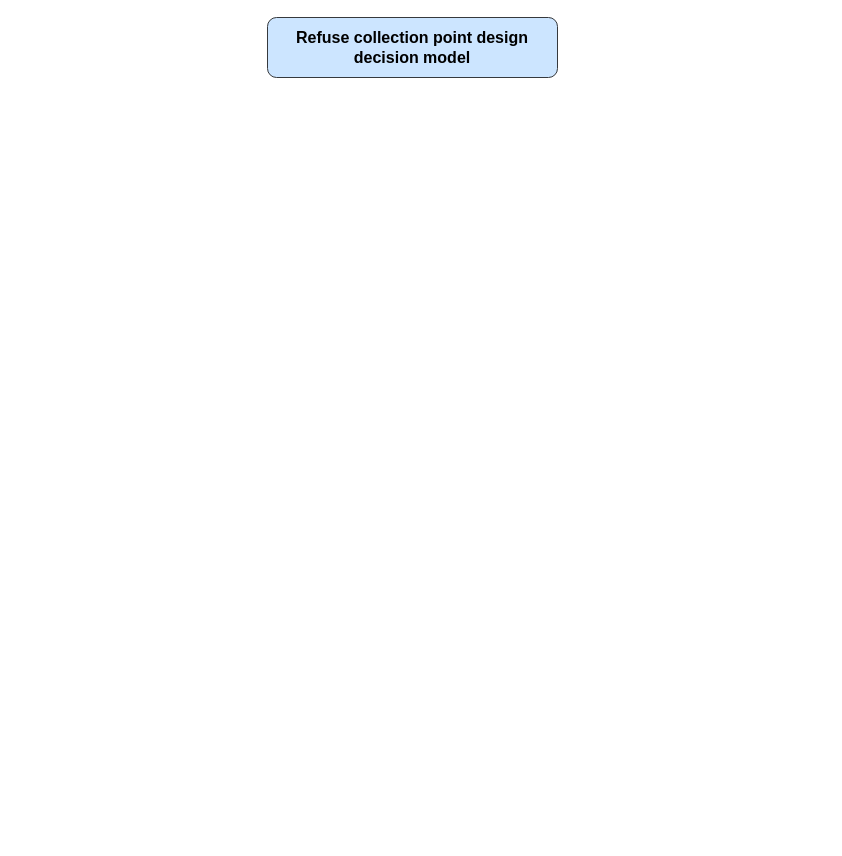
CrystalParaboy/cuhk-gis-bigdata keeps this draw.io diagram as GIS model.drawio. Above is the earlier version. Source tidied: cells renumbered, new cells numbered last; positions are measured from the earlier drawing's top-left corner, leaving out a move shared by most shapes. Both pictures are drawn from the tidied source at 100%, with x=0, y=0 at pixel (267, 17).
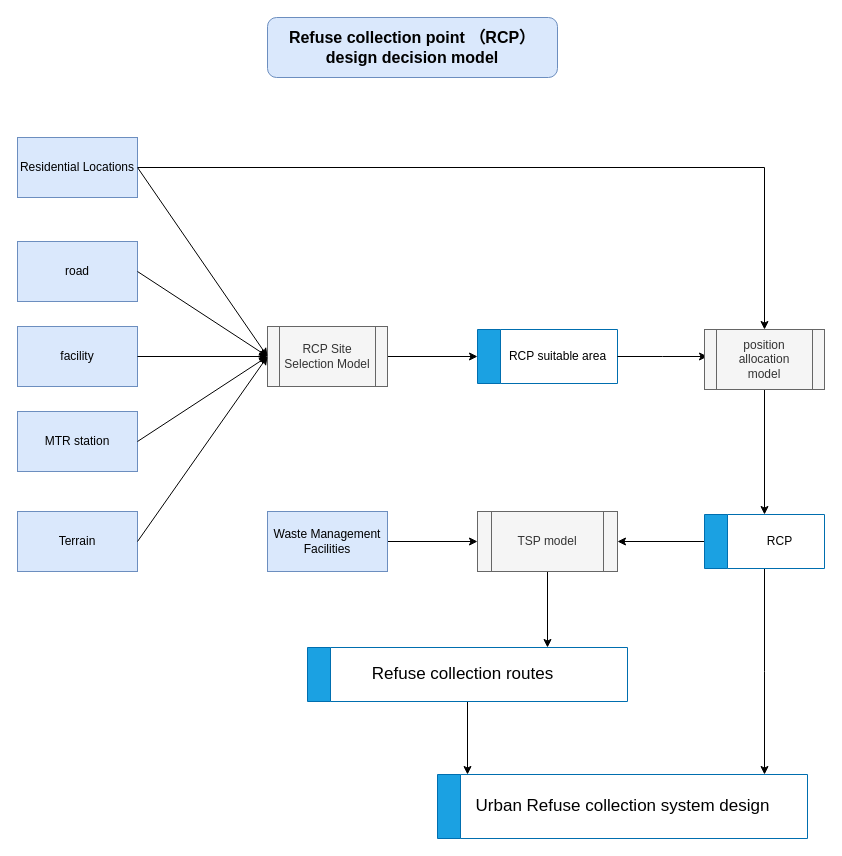
After the change.

Change to the diagram source:
```diff
@@
-    <mxCell id="2" value="&lt;b&gt;&lt;font style=&quot;font-size: 16px;&quot;&gt;Refuse collection point design decision model&lt;/font&gt;&lt;/b&gt;" style="rounded=1;whiteSpace=wrap;html=1;fillColor=#cce5ff;strokeColor=#36393d;" parent="1" vertex="1">
+    <mxCell id="2" value="&lt;b&gt;&lt;font style=&quot;font-size: 16px;&quot;&gt;Refuse collection point （RCP）design decision model&lt;/font&gt;&lt;/b&gt;" style="rounded=1;whiteSpace=wrap;html=1;fillColor=#dae8fc;strokeColor=#6c8ebf;" parent="1" vertex="1">
       <mxGeometry width="290" height="60" as="geometry" />
     </mxCell>
+    <mxCell id="3" style="edgeStyle=orthogonalEdgeStyle;rounded=0;jettySize=auto;html=1;exitX=1;exitY=0.5;exitDx=0;exitDy=0;entryX=0.5;entryY=0;entryDx=0;entryDy=0;" parent="1" edge="1" source="4" target="24">
+      <mxGeometry relative="1" as="geometry" />
+    </mxCell>
+    <mxCell id="4" value="Residential Locations" style="rounded=0;whiteSpace=wrap;html=1;fillColor=#dae8fc;strokeColor=#6c8ebf;" parent="1" vertex="1">
+      <mxGeometry x="-250" y="120" width="120" height="60" as="geometry" />
+    </mxCell>
+    <mxCell id="5" value="road" style="rounded=0;whiteSpace=wrap;html=1;fillColor=#dae8fc;strokeColor=#6c8ebf;" parent="1" vertex="1">
+      <mxGeometry x="-250" y="224" width="120" height="60" as="geometry" />
+    </mxCell>
+    <mxCell id="6" style="edgeStyle=orthogonalEdgeStyle;rounded=0;jettySize=auto;html=1;exitX=1;exitY=0.5;exitDx=0;exitDy=0;entryX=0;entryY=0.5;entryDx=0;entryDy=0;" parent="1" edge="1" source="7" target="19">
+      <mxGeometry relative="1" as="geometry" />
+    </mxCell>
+    <mxCell id="7" value="Waste Management Facilities" style="rounded=0;whiteSpace=wrap;html=1;fillColor=#dae8fc;strokeColor=#6c8ebf;" parent="1" vertex="1">
+      <mxGeometry y="494" width="120" height="60" as="geometry" />
+    </mxCell>
+    <mxCell id="8" value="Terrain" style="rounded=0;whiteSpace=wrap;html=1;fillColor=#dae8fc;strokeColor=#6c8ebf;" parent="1" vertex="1">
+      <mxGeometry x="-250" y="494" width="120" height="60" as="geometry" />
+    </mxCell>
+    <mxCell id="9" value="MTR station" style="rounded=0;whiteSpace=wrap;html=1;fillColor=#dae8fc;strokeColor=#6c8ebf;" parent="1" vertex="1">
+      <mxGeometry x="-250" y="394" width="120" height="60" as="geometry" />
+    </mxCell>
+    <mxCell id="10" value="facility" style="rounded=0;whiteSpace=wrap;html=1;fillColor=#dae8fc;strokeColor=#6c8ebf;" parent="1" vertex="1">
+      <mxGeometry x="-250" y="309" width="120" height="60" as="geometry" />
+    </mxCell>
+    <mxCell id="11" style="edgeStyle=orthogonalEdgeStyle;rounded=0;jettySize=auto;html=1;exitX=1;exitY=0.5;exitDx=0;exitDy=0;entryX=0;entryY=0.5;entryDx=0;entryDy=0;" parent="1" edge="1" source="12" target="20">
+      <mxGeometry relative="1" as="geometry" />
+    </mxCell>
+    <mxCell id="12" value="RCP Site Selection Model" style="shape=process;whiteSpace=wrap;html=1;backgroundOutline=1;fillColor=#f5f5f5;strokeColor=#666666;fontColor=#333333;" parent="1" vertex="1">
+      <mxGeometry y="309" width="120" height="60" as="geometry" />
+    </mxCell>
+    <mxCell id="13" style="endArrow=classic;html=1;rounded=0;exitX=1;exitY=0.5;exitDx=0;exitDy=0;entryX=0;entryY=0.5;entryDx=0;entryDy=0;" parent="1" edge="1" source="4" target="12">
+      <mxGeometry relative="1" as="geometry" />
+    </mxCell>
+    <mxCell id="14" style="endArrow=classic;html=1;rounded=0;exitX=1;exitY=0.5;exitDx=0;exitDy=0;entryX=0;entryY=0.5;entryDx=0;entryDy=0;" parent="1" edge="1" source="5" target="12">
+      <mxGeometry relative="1" as="geometry" />
+    </mxCell>
+    <mxCell id="15" style="endArrow=classic;html=1;rounded=0;exitX=1;exitY=0.5;exitDx=0;exitDy=0;entryX=0;entryY=0.5;entryDx=0;entryDy=0;" parent="1" edge="1" source="10" target="12">
+      <mxGeometry relative="1" as="geometry" />
+    </mxCell>
+    <mxCell id="16" style="endArrow=classic;html=1;rounded=0;exitX=1;exitY=0.5;exitDx=0;exitDy=0;entryX=0;entryY=0.5;entryDx=0;entryDy=0;" parent="1" edge="1" source="9" target="12">
+      <mxGeometry relative="1" as="geometry" />
+    </mxCell>
+    <mxCell id="17" style="endArrow=classic;html=1;rounded=0;exitX=1;exitY=0.5;exitDx=0;exitDy=0;entryX=0;entryY=0.5;entryDx=0;entryDy=0;" parent="1" edge="1" source="8" target="12">
+      <mxGeometry relative="1" as="geometry" />
+    </mxCell>
+    <mxCell id="18" style="edgeStyle=orthogonalEdgeStyle;rounded=0;jettySize=auto;html=1;exitX=0.5;exitY=1;exitDx=0;exitDy=0;entryX=0.75;entryY=0;entryDx=0;entryDy=0;" parent="1" edge="1" source="19" target="30">
+      <mxGeometry relative="1" as="geometry" />
+    </mxCell>
+    <mxCell id="19" value="TSP model" style="shape=process;whiteSpace=wrap;html=1;backgroundOutline=1;fillColor=#f5f5f5;strokeColor=#666666;fontColor=#333333;" parent="1" vertex="1">
+      <mxGeometry x="210" y="494" width="140" height="60" as="geometry" />
+    </mxCell>
+    <mxCell id="20" style="swimlane;horizontal=0;whiteSpace=wrap;html=1;fillColor=#1ba1e2;strokeColor=#006EAF;fontColor=#ffffff;" parent="1" vertex="1">
+      <mxGeometry x="210" y="312" width="140" height="54" as="geometry" />
+    </mxCell>
+    <mxCell id="21" style="edgeStyle=orthogonalEdgeStyle;rounded=0;jettySize=auto;html=1;" parent="20" edge="1" source="22">
+      <mxGeometry relative="1" as="geometry">
+        <mxPoint x="230" y="27" as="targetPoint" />
+      </mxGeometry>
+    </mxCell>
+    <mxCell id="22" value="RCP suitable area" style="text;html=1;align=center;verticalAlign=middle;points=[];strokeColor=none;fillColor=none;" parent="20" vertex="1">
+      <mxGeometry x="20" y="12" width="120" height="30" as="geometry" />
+    </mxCell>
+    <mxCell id="23" style="edgeStyle=orthogonalEdgeStyle;rounded=0;jettySize=auto;html=1;exitX=0.5;exitY=1;exitDx=0;exitDy=0;entryX=0.5;entryY=0;entryDx=0;entryDy=0;" parent="1" edge="1" source="24" target="27">
+      <mxGeometry relative="1" as="geometry" />
+    </mxCell>
+    <mxCell id="24" value="position allocation&lt;br&gt;model" style="shape=process;whiteSpace=wrap;html=1;backgroundOutline=1;fillColor=#f5f5f5;strokeColor=#666666;fontColor=#333333;" parent="1" vertex="1">
+      <mxGeometry x="437" y="312" width="120" height="60" as="geometry" />
+    </mxCell>
+    <mxCell id="25" style="edgeStyle=orthogonalEdgeStyle;rounded=0;jettySize=auto;html=1;exitX=0;exitY=0.5;exitDx=0;exitDy=0;" parent="1" edge="1" source="27" target="19">
+      <mxGeometry relative="1" as="geometry" />
+    </mxCell>
+    <mxCell id="26" style="edgeStyle=orthogonalEdgeStyle;rounded=0;jettySize=auto;html=1;exitX=0.5;exitY=1;exitDx=0;exitDy=0;" parent="1" edge="1" source="27">
+      <mxGeometry relative="1" as="geometry">
+        <mxPoint x="497" y="757" as="targetPoint" />
+      </mxGeometry>
+    </mxCell>
+    <mxCell id="27" style="swimlane;horizontal=0;whiteSpace=wrap;html=1;fillColor=#1ba1e2;strokeColor=#006EAF;fontColor=#ffffff;" parent="1" vertex="1">
+      <mxGeometry x="437" y="497" width="120" height="54" as="geometry" />
+    </mxCell>
+    <mxCell id="28" value="RCP" style="text;html=1;align=center;verticalAlign=middle;strokeColor=none;fillColor=none;" parent="27" vertex="1">
+      <mxGeometry x="50" y="12" width="50" height="30" as="geometry" />
+    </mxCell>
+    <mxCell id="29" style="edgeStyle=orthogonalEdgeStyle;rounded=0;jettySize=auto;html=1;exitX=0.5;exitY=1;exitDx=0;exitDy=0;" parent="1" edge="1" source="30">
+      <mxGeometry relative="1" as="geometry">
+        <mxPoint x="200" y="757" as="targetPoint" />
+      </mxGeometry>
+    </mxCell>
+    <mxCell id="30" style="swimlane;horizontal=0;whiteSpace=wrap;html=1;fillColor=#1ba1e2;strokeColor=#006EAF;fontColor=#ffffff;" parent="1" vertex="1">
+      <mxGeometry x="40" y="630" width="320" height="54" as="geometry" />
+    </mxCell>
+    <mxCell id="31" value="&lt;font style=&quot;font-size: 17px;&quot;&gt;Refuse collection routes&lt;/font&gt;" style="text;html=1;align=center;verticalAlign=middle;strokeColor=none;fillColor=none;" parent="30" vertex="1">
+      <mxGeometry x="55" y="12" width="200" height="30" as="geometry" />
+    </mxCell>
+    <mxCell id="32" style="swimlane;horizontal=0;whiteSpace=wrap;html=1;fillColor=#1ba1e2;strokeColor=#006EAF;fontColor=#ffffff;" parent="1" vertex="1">
+      <mxGeometry x="170" y="757" width="370" height="64" as="geometry" />
+    </mxCell>
+    <mxCell id="33" value="&lt;span style=&quot;font-size: 17px;&quot;&gt;Urban Refuse collection system design&lt;/span&gt;" style="text;html=1;align=center;verticalAlign=middle;strokeColor=none;fillColor=none;" parent="32" vertex="1">
+      <mxGeometry x="25" y="17" width="320" height="30" as="geometry" />
+    </mxCell>
```
